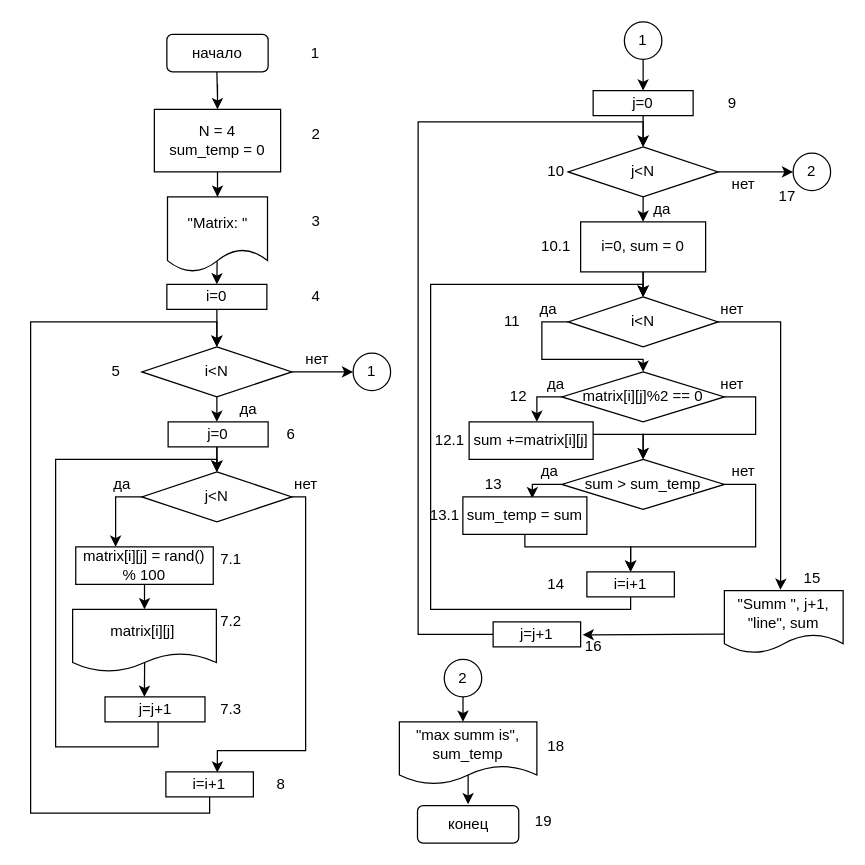
This is 5/5.2.drawio from klep1koff/lifeishard, a draw.io file, before an edit. Source tidied: cells renumbered, new cells numbered last; positions are measured from the earlier drawing's top-left corner, leaving out a move shared by most shapes. Both pictures are drawn from the tidied source at 125%, with x=0, y=0 at pixel (8, 21).
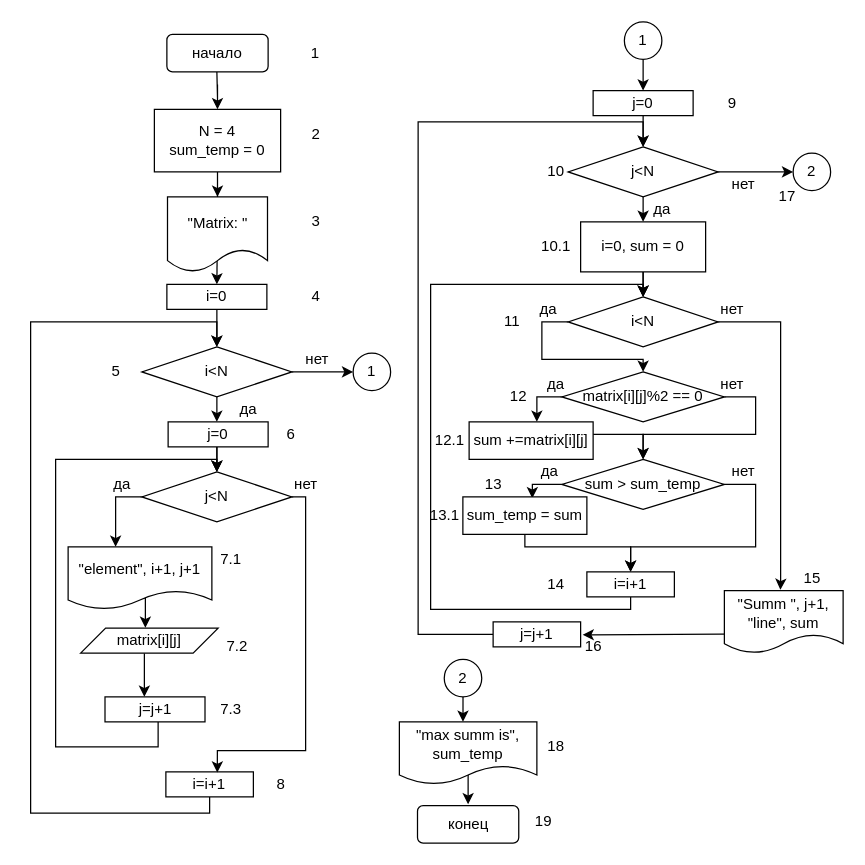
Above is the later version.

What changed in the source:
```diff
@@
-    <mxCell id="16" style="edgeStyle=orthogonalEdgeStyle;rounded=0;jettySize=auto;html=1;exitX=0.501;exitY=0.847;exitDx=0;exitDy=0;exitPerimeter=0;" parent="1" edge="1" source="17">
+    <mxCell id="16" style="edgeStyle=orthogonalEdgeStyle;rounded=0;orthogonalLoop=1;jettySize=auto;html=1;" parent="1" edge="1">
       <mxGeometry relative="1" as="geometry">
+        <mxPoint x="109" y="505" as="sourcePoint" />
         <mxPoint x="109" y="540" as="targetPoint" />
       </mxGeometry>
     </mxCell>
+    <mxCell id="100" style="edgeStyle=orthogonalEdgeStyle;rounded=0;jettySize=auto;html=1;exitX=0.506;exitY=0.818;exitDx=0;exitDy=0;exitPerimeter=0;entryX=0.471;entryY=-0.011;entryDx=0;entryDy=0;entryPerimeter=0;" parent="1" edge="1" source="17" target="101">
+      <mxGeometry relative="1" as="geometry" />
+    </mxCell>
-    <mxCell id="17" value="matrix[i][j]&amp;nbsp;" style="shape=document;whiteSpace=wrap;html=1;boundedLbl=1;" parent="1" vertex="1">
-      <mxGeometry x="51.6" y="470" width="115" height="50" as="geometry" />
+    <mxCell id="17" value="&quot;element&quot;, i+1, j+1" style="shape=document;whiteSpace=wrap;html=1;boundedLbl=1;" parent="1" vertex="1">
+      <mxGeometry x="48" y="420" width="115" height="50" as="geometry" />
     </mxCell>
@@
-    <mxCell id="19" style="edgeStyle=orthogonalEdgeStyle;rounded=0;jettySize=auto;html=1;" parent="1" edge="1" source="20">
-      <mxGeometry relative="1" as="geometry">
-        <mxPoint x="109" y="470" as="targetPoint" />
-      </mxGeometry>
-    </mxCell>
-    <mxCell id="20" value="matrix[i][j] = rand() % 100" style="whiteSpace=wrap;html=1;" parent="1" vertex="1">
-      <mxGeometry x="54.1" y="420" width="110" height="30" as="geometry" />
-    </mxCell>
@@
     <mxCell id="82" value="7.2" style="text;html=1;align=center;verticalAlign=middle;strokeColor=none;fillColor=none;" parent="1" vertex="1">
-      <mxGeometry x="163" y="470" width="30" height="20" as="geometry" />
+      <mxGeometry x="168" y="490" width="30" height="20" as="geometry" />
     </mxCell>
@@
+    <mxCell id="101" value="matrix[i][j]" style="shape=parallelogram;perimeter=parallelogramPerimeter;whiteSpace=wrap;html=1;fixedSize=1;" parent="1" vertex="1">
+      <mxGeometry x="58" y="485" width="110" height="20" as="geometry" />
+    </mxCell>
```
